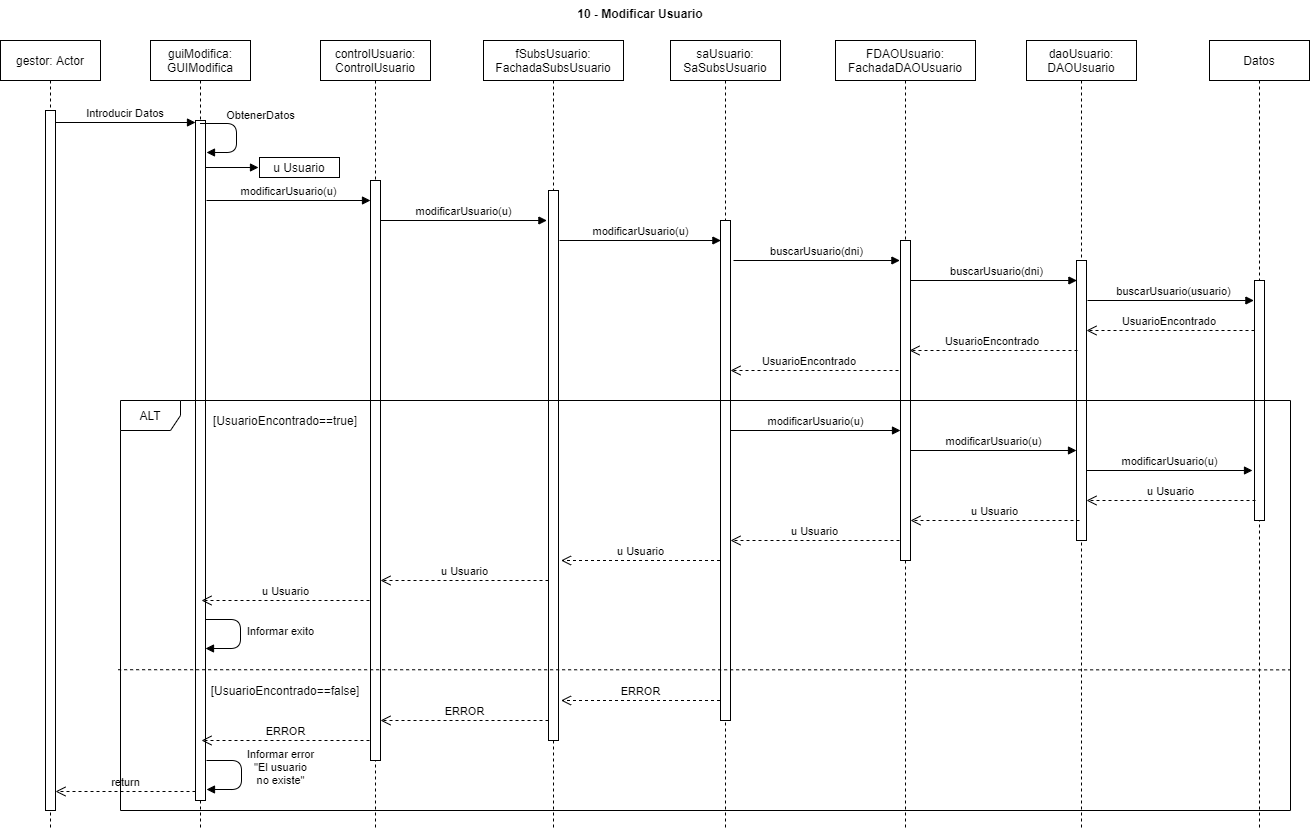
Earlier version of the draw.io export docs/diagramas_gui_y_secuencias/images/10._ModificarUsuario.png (ALK222/BanqueoIS2). Source tidied: cells renumbered, new cells last; positions are measured from the earlier drawing's top-left corner, leaving out a move shared by most shapes.
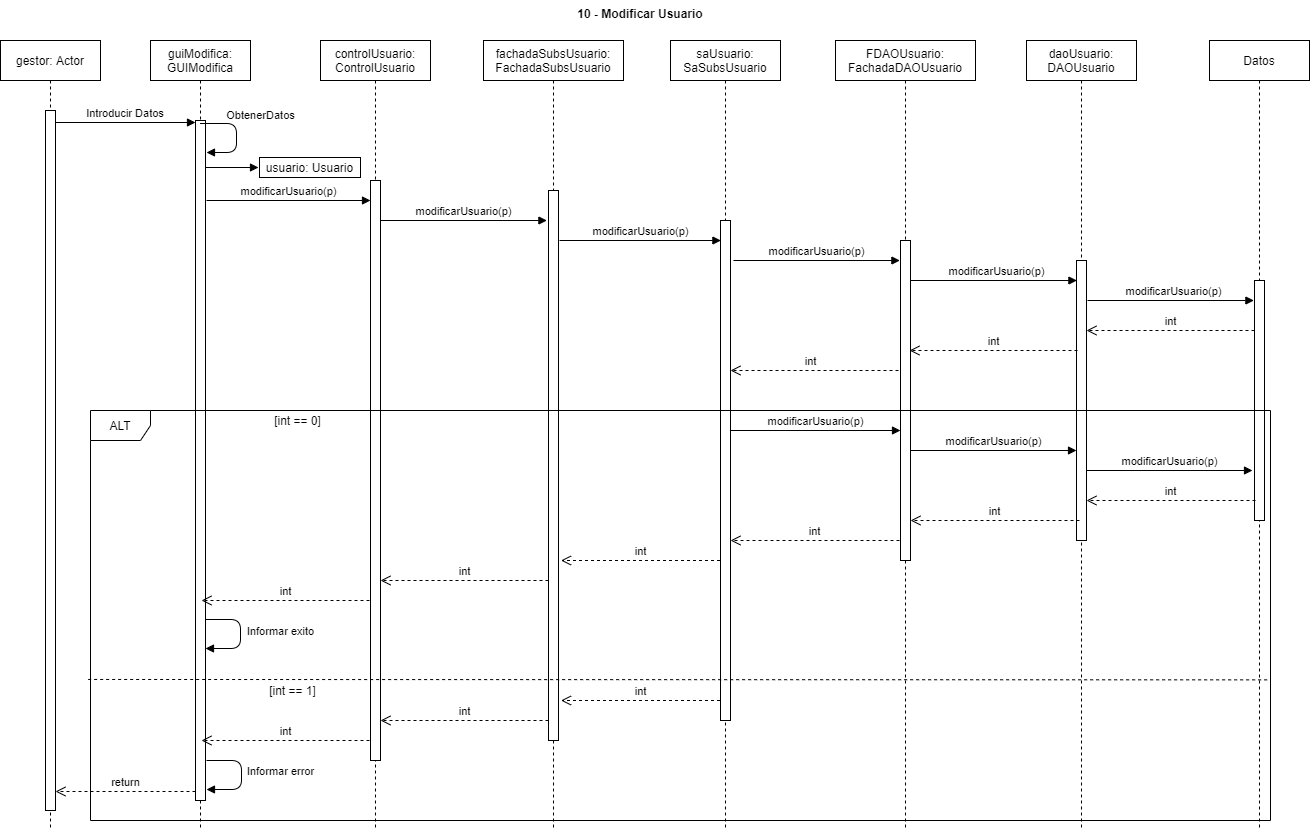
Later version of the same file.

Change to the diagram source:
```diff
@@ -52,10 +52,10 @@
     <mxCell id="12" style="points=[];perimeter=orthogonalPerimeter;rounded=0;shadow=0;strokeWidth=1;" parent="11" vertex="1">
       <mxGeometry x="50" y="140" width="10" height="580" as="geometry" />
     </mxCell>
-    <mxCell id="13" value="fSubsUsuario:&#10;FachadaSubsUsuario" style="shape=umlLifeline;perimeter=lifelinePerimeter;rounded=0;shadow=0;strokeWidth=1;" parent="1" vertex="1">
-      <mxGeometry x="483" y="40" width="140" height="790" as="geometry" />
-    </mxCell>
+    <mxCell id="51" value="fachadaSubsUsuario:&#10;FachadaSubsUsuario" style="shape=umlLifeline;perimeter=lifelinePerimeter;rounded=0;shadow=0;strokeWidth=1;" parent="1" vertex="1">
+      <mxGeometry x="483" y="40" width="140" height="790" as="geometry" />
+    </mxCell>
-    <mxCell id="14" style="points=[];perimeter=orthogonalPerimeter;rounded=0;shadow=0;strokeWidth=1;" parent="13" vertex="1">
+    <mxCell id="14" style="points=[];perimeter=orthogonalPerimeter;rounded=0;shadow=0;strokeWidth=1;" parent="51" vertex="1">
       <mxGeometry x="65" y="150" width="10" height="550" as="geometry" />
     </mxCell>
     <mxCell id="15" value="saUsuario: &#10;SaSubsUsuario" style="shape=umlLifeline;perimeter=lifelinePerimeter;rounded=0;shadow=0;strokeWidth=1;" parent="1" vertex="1">
@@ -76,160 +76,157 @@
     <mxCell id="20" style="points=[];perimeter=orthogonalPerimeter;rounded=0;shadow=0;strokeWidth=1;" parent="19" vertex="1">
       <mxGeometry x="50" y="220" width="10" height="280" as="geometry" />
     </mxCell>
-    <mxCell id="21" value="u Usuario" style="rounded=0;whiteSpace=wrap;html=1;" parent="1" vertex="1">
-      <mxGeometry x="259" y="157" width="80" height="20" as="geometry" />
-    </mxCell>
-    <mxCell id="22" style="html=1;verticalAlign=bottom;endArrow=block;entryX=0;entryY=0.5;entryDx=0;entryDy=0;" parent="1" edge="1">
-      <mxGeometry relative="1" as="geometry">
-        <mxPoint x="205" y="167" as="sourcePoint" />
-        <mxPoint x="258" y="167" as="targetPoint" />
-      </mxGeometry>
-    </mxCell>
-    <mxCell id="23" value="modificarUsuario(u)" style="html=1;verticalAlign=bottom;endArrow=block;" parent="1" edge="1" target="12">
-      <mxGeometry relative="1" as="geometry">
-        <mxPoint x="206" y="200" as="sourcePoint" />
-      </mxGeometry>
-    </mxCell>
-    <mxCell id="24" value="modificarUsuario(u)" style="html=1;verticalAlign=bottom;endArrow=block;exitX=0.98;exitY=0.451;exitDx=0;exitDy=0;exitPerimeter=0;entryX=0.12;entryY=0.499;entryDx=0;entryDy=0;entryPerimeter=0;" parent="1" edge="1">
-      <mxGeometry relative="1" as="geometry">
-        <mxPoint x="380" y="220" as="sourcePoint" />
-        <mxPoint x="546.4" y="220" as="targetPoint" />
-      </mxGeometry>
-    </mxCell>
-    <mxCell id="25" value="buscarUsuario(dni)" style="html=1;verticalAlign=bottom;endArrow=block;exitX=0.98;exitY=0.451;exitDx=0;exitDy=0;exitPerimeter=0;entryX=0.12;entryY=0.499;entryDx=0;entryDy=0;entryPerimeter=0;" parent="1" edge="1">
-      <mxGeometry relative="1" as="geometry">
-        <mxPoint x="733" y="260" as="sourcePoint" />
-        <mxPoint x="899.4" y="260" as="targetPoint" />
-      </mxGeometry>
-    </mxCell>
-    <mxCell id="26" value="buscarUsuario(dni)" style="html=1;verticalAlign=bottom;endArrow=block;exitX=0.98;exitY=0.451;exitDx=0;exitDy=0;exitPerimeter=0;entryX=0.12;entryY=0.499;entryDx=0;entryDy=0;entryPerimeter=0;" parent="1" edge="1">
-      <mxGeometry x="0.04" relative="1" as="geometry">
-        <mxPoint x="910" y="280" as="sourcePoint" />
-        <mxPoint x="1076.4" y="280" as="targetPoint" />
-      </mxGeometry>
-    </mxCell>
-    <mxCell id="27" value="modificarUsuario(u)" style="html=1;verticalAlign=bottom;endArrow=block;entryX=0.12;entryY=0.499;entryDx=0;entryDy=0;entryPerimeter=0;" parent="1" edge="1">
-      <mxGeometry relative="1" as="geometry">
-        <mxPoint x="559" y="240" as="sourcePoint" />
-        <mxPoint x="720.4" y="240" as="targetPoint" />
-      </mxGeometry>
-    </mxCell>
-    <mxCell id="28" value="buscarUsuario(usuario)" style="html=1;verticalAlign=bottom;endArrow=block;exitX=0.98;exitY=0.451;exitDx=0;exitDy=0;exitPerimeter=0;entryX=0.12;entryY=0.499;entryDx=0;entryDy=0;entryPerimeter=0;" parent="1" edge="1">
-      <mxGeometry x="0.04" relative="1" as="geometry">
-        <mxPoint x="1087" y="300" as="sourcePoint" />
-        <mxPoint x="1253.4" y="300" as="targetPoint" />
-      </mxGeometry>
-    </mxCell>
-    <mxCell id="29" value="UsuarioEncontrado&amp;nbsp;" style="html=1;verticalAlign=bottom;endArrow=open;dashed=1;endSize=8;" parent="1" edge="1" target="20">
-      <mxGeometry relative="1" as="geometry">
-        <mxPoint x="1254" y="330" as="sourcePoint" />
-      </mxGeometry>
-    </mxCell>
-    <mxCell id="30" value="UsuarioEncontrado&amp;nbsp;" style="html=1;verticalAlign=bottom;endArrow=open;dashed=1;endSize=8;" parent="1" edge="1">
-      <mxGeometry relative="1" as="geometry">
-        <mxPoint x="1077" y="350" as="sourcePoint" />
-        <mxPoint x="909" y="350" as="targetPoint" />
-      </mxGeometry>
-    </mxCell>
-    <mxCell id="31" value="UsuarioEncontrado&amp;nbsp;" style="html=1;verticalAlign=bottom;endArrow=open;dashed=1;endSize=8;" parent="1" edge="1">
-      <mxGeometry x="0.05" relative="1" as="geometry">
-        <mxPoint x="898" y="370" as="sourcePoint" />
-        <mxPoint x="730" y="370" as="targetPoint" />
-      </mxGeometry>
-    </mxCell>
+    <mxCell id="52" value="usuario: Usuario" style="rounded=0;whiteSpace=wrap;html=1;" parent="1" vertex="1">
+      <mxGeometry x="259" y="157" width="101" height="20" as="geometry" />
+    </mxCell>
+    <mxCell id="53" style="html=1;verticalAlign=bottom;endArrow=block;entryX=0;entryY=0.5;entryDx=0;entryDy=0;" parent="1" edge="1">
+      <mxGeometry relative="1" as="geometry">
+        <mxPoint x="205" y="167" as="sourcePoint" />
+        <mxPoint x="258" y="167" as="targetPoint" />
+      </mxGeometry>
+    </mxCell>
+    <mxCell id="54" value="modificarUsuario(p)" style="html=1;verticalAlign=bottom;endArrow=block;" parent="1" edge="1" target="12">
+      <mxGeometry relative="1" as="geometry">
+        <mxPoint x="206" y="200" as="sourcePoint" />
+      </mxGeometry>
+    </mxCell>
+    <mxCell id="55" value="modificarUsuario(p)" style="html=1;verticalAlign=bottom;endArrow=block;exitX=0.98;exitY=0.451;exitDx=0;exitDy=0;exitPerimeter=0;entryX=0.12;entryY=0.499;entryDx=0;entryDy=0;entryPerimeter=0;" parent="1" edge="1">
+      <mxGeometry relative="1" as="geometry">
+        <mxPoint x="380" y="220" as="sourcePoint" />
+        <mxPoint x="546.4" y="220" as="targetPoint" />
+      </mxGeometry>
+    </mxCell>
+    <mxCell id="56" value="modificarUsuario(p)" style="html=1;verticalAlign=bottom;endArrow=block;exitX=0.98;exitY=0.451;exitDx=0;exitDy=0;exitPerimeter=0;entryX=0.12;entryY=0.499;entryDx=0;entryDy=0;entryPerimeter=0;" parent="1" edge="1">
+      <mxGeometry relative="1" as="geometry">
+        <mxPoint x="733" y="260" as="sourcePoint" />
+        <mxPoint x="899.4" y="260" as="targetPoint" />
+      </mxGeometry>
+    </mxCell>
+    <mxCell id="57" value="modificarUsuario(p)" style="html=1;verticalAlign=bottom;endArrow=block;exitX=0.98;exitY=0.451;exitDx=0;exitDy=0;exitPerimeter=0;entryX=0.12;entryY=0.499;entryDx=0;entryDy=0;entryPerimeter=0;" parent="1" edge="1">
+      <mxGeometry x="0.04" relative="1" as="geometry">
+        <mxPoint x="910" y="280" as="sourcePoint" />
+        <mxPoint x="1076.4" y="280" as="targetPoint" />
+      </mxGeometry>
+    </mxCell>
+    <mxCell id="58" value="modificarUsuario(p)" style="html=1;verticalAlign=bottom;endArrow=block;entryX=0.12;entryY=0.499;entryDx=0;entryDy=0;entryPerimeter=0;" parent="1" edge="1">
+      <mxGeometry relative="1" as="geometry">
+        <mxPoint x="559" y="240" as="sourcePoint" />
+        <mxPoint x="720.4" y="240" as="targetPoint" />
+      </mxGeometry>
+    </mxCell>
+    <mxCell id="59" value="modificarUsuario(p)" style="html=1;verticalAlign=bottom;endArrow=block;exitX=0.98;exitY=0.451;exitDx=0;exitDy=0;exitPerimeter=0;entryX=0.12;entryY=0.499;entryDx=0;entryDy=0;entryPerimeter=0;" parent="1" edge="1">
+      <mxGeometry x="0.04" relative="1" as="geometry">
+        <mxPoint x="1087" y="300" as="sourcePoint" />
+        <mxPoint x="1253.4" y="300" as="targetPoint" />
+      </mxGeometry>
+    </mxCell>
+    <mxCell id="60" value="int" style="html=1;verticalAlign=bottom;endArrow=open;dashed=1;endSize=8;" parent="1" edge="1" target="20">
+      <mxGeometry relative="1" as="geometry">
+        <mxPoint x="1254" y="330" as="sourcePoint" />
+      </mxGeometry>
+    </mxCell>
+    <mxCell id="61" value="int" style="html=1;verticalAlign=bottom;endArrow=open;dashed=1;endSize=8;" parent="1" edge="1">
+      <mxGeometry relative="1" as="geometry">
+        <mxPoint x="1077" y="350" as="sourcePoint" />
+        <mxPoint x="909" y="350" as="targetPoint" />
+      </mxGeometry>
+    </mxCell>
+    <mxCell id="62" value="int" style="html=1;verticalAlign=bottom;endArrow=open;dashed=1;endSize=8;" parent="1" edge="1">
+      <mxGeometry x="0.05" relative="1" as="geometry">
+        <mxPoint x="898" y="370" as="sourcePoint" />
+        <mxPoint x="730" y="370" as="targetPoint" />
+      </mxGeometry>
+    </mxCell>
     <mxCell id="32" value="10 - Modificar Usuario" style="text;align=center;fontStyle=1;verticalAlign=middle;spacingLeft=3;spacingRight=3;strokeColor=none;" parent="1" vertex="1">
       <mxGeometry x="600" width="80" height="26" as="geometry" />
     </mxCell>
-    <mxCell id="33" value="[UsuarioEncontrado==true]" style="text;html=1;strokeColor=none;fillColor=none;align=center;verticalAlign=middle;whiteSpace=wrap;rounded=0;" parent="1" vertex="1">
-      <mxGeometry x="265" y="410" width="40" height="20" as="geometry" />
-    </mxCell>
-    <mxCell id="34" value="[UsuarioEncontrado==false]" style="text;html=1;strokeColor=none;fillColor=none;align=center;verticalAlign=middle;whiteSpace=wrap;rounded=0;" parent="1" vertex="1">
-      <mxGeometry x="265" y="680" width="40" height="20" as="geometry" />
-    </mxCell>
-    <mxCell id="35" value="modificarUsuario(u)" style="html=1;verticalAlign=bottom;endArrow=block;" parent="1" edge="1" target="18">
-      <mxGeometry relative="1" as="geometry">
-        <mxPoint x="730" y="430" as="sourcePoint" />
-      </mxGeometry>
-    </mxCell>
-    <mxCell id="36" value="modificarUsuario(u)" style="html=1;verticalAlign=bottom;endArrow=block;" parent="1" edge="1" target="20">
-      <mxGeometry relative="1" as="geometry">
-        <mxPoint x="910" y="450" as="sourcePoint" />
-      </mxGeometry>
-    </mxCell>
-    <mxCell id="37" value="modificarUsuario(u)" style="html=1;verticalAlign=bottom;endArrow=block;" parent="1" edge="1">
-      <mxGeometry relative="1" as="geometry">
-        <mxPoint x="1086" y="470" as="sourcePoint" />
-        <mxPoint x="1252" y="470" as="targetPoint" />
-      </mxGeometry>
-    </mxCell>
-    <mxCell id="38" value="u Usuario" style="html=1;verticalAlign=bottom;endArrow=open;dashed=1;endSize=8;" parent="1" edge="1" target="20">
-      <mxGeometry relative="1" as="geometry">
-        <mxPoint x="1255" y="500" as="sourcePoint" />
-      </mxGeometry>
-    </mxCell>
-    <mxCell id="39" value="u Usuario" style="html=1;verticalAlign=bottom;endArrow=open;dashed=1;endSize=8;" parent="1" edge="1">
-      <mxGeometry relative="1" as="geometry">
-        <mxPoint x="1079" y="520" as="sourcePoint" />
-        <mxPoint x="910" y="520" as="targetPoint" />
-      </mxGeometry>
-    </mxCell>
-    <mxCell id="40" value="u Usuario" style="html=1;verticalAlign=bottom;endArrow=open;dashed=1;endSize=8;" parent="1" edge="1">
-      <mxGeometry relative="1" as="geometry">
-        <mxPoint x="899" y="540" as="sourcePoint" />
-        <mxPoint x="730" y="540" as="targetPoint" />
-      </mxGeometry>
-    </mxCell>
-    <mxCell id="41" value="u Usuario" style="html=1;verticalAlign=bottom;endArrow=open;dashed=1;endSize=8;" parent="1" edge="1">
-      <mxGeometry relative="1" as="geometry">
-        <mxPoint x="719.5" y="560" as="sourcePoint" />
-        <mxPoint x="560.5" y="560" as="targetPoint" />
-      </mxGeometry>
-    </mxCell>
-    <mxCell id="42" value="u Usuario" style="html=1;verticalAlign=bottom;endArrow=open;dashed=1;endSize=8;" parent="1" edge="1" source="14">
-      <mxGeometry relative="1" as="geometry">
-        <mxPoint x="380" y="580" as="targetPoint" />
-      </mxGeometry>
-    </mxCell>
-    <mxCell id="43" value="u Usuario" style="html=1;verticalAlign=bottom;endArrow=open;dashed=1;endSize=8;" parent="1" edge="1">
-      <mxGeometry relative="1" as="geometry">
-        <mxPoint x="369" y="600" as="sourcePoint" />
-        <mxPoint x="201" y="600" as="targetPoint" />
-      </mxGeometry>
-    </mxCell>
-    <mxCell id="44" value="ERROR" style="html=1;verticalAlign=bottom;endArrow=open;dashed=1;endSize=8;" parent="1" edge="1">
-      <mxGeometry relative="1" as="geometry">
-        <mxPoint x="719.5" y="700" as="sourcePoint" />
-        <mxPoint x="560.5" y="700" as="targetPoint" />
-      </mxGeometry>
-    </mxCell>
-    <mxCell id="45" value="ERROR" style="html=1;verticalAlign=bottom;endArrow=open;dashed=1;endSize=8;" parent="1" edge="1">
-      <mxGeometry relative="1" as="geometry">
-        <mxPoint x="548" y="720" as="sourcePoint" />
-        <mxPoint x="380" y="720" as="targetPoint" />
-      </mxGeometry>
-    </mxCell>
-    <mxCell id="46" value="ERROR" style="html=1;verticalAlign=bottom;endArrow=open;dashed=1;endSize=8;" parent="1" edge="1">
-      <mxGeometry relative="1" as="geometry">
-        <mxPoint x="369" y="740" as="sourcePoint" />
-        <mxPoint x="201" y="740" as="targetPoint" />
-      </mxGeometry>
-    </mxCell>
-    <mxCell id="47" value="Informar error&lt;br&gt;&quot;El usuario&lt;br&gt;no existe&quot;" style="html=1;verticalAlign=bottom;endArrow=block;" parent="1" edge="1">
-      <mxGeometry x="0.29" y="-39" relative="1" as="geometry">
-        <mxPoint x="206" y="760" as="sourcePoint" />
-        <mxPoint x="206" y="789" as="targetPoint" />
-        <Array as="points">
-          <mxPoint x="241" y="760" />
-          <mxPoint x="241" y="789" />
-        </Array>
-        <mxPoint x="39" y="39" as="offset" />
-      </mxGeometry>
-    </mxCell>
-    <mxCell id="48" style="endArrow=none;dashed=1;html=1;exitX=-0.002;exitY=0.641;exitDx=0;exitDy=0;exitPerimeter=0;entryX=1;entryY=0.657;entryDx=0;entryDy=0;entryPerimeter=0;" parent="1" edge="1" target="50">
-      <mxGeometry relative="1" as="geometry">
-        <mxPoint x="117.6" y="669.2" as="sourcePoint" />
-      </mxGeometry>
-    </mxCell>
+    <mxCell id="63" value="[int == 0]" style="text;html=1;strokeColor=none;fillColor=none;align=center;verticalAlign=middle;whiteSpace=wrap;rounded=0;" parent="1" vertex="1">
+      <mxGeometry x="265" y="410" width="65" height="20" as="geometry" />
+    </mxCell>
+    <mxCell id="64" value="[int == 1]" style="text;html=1;strokeColor=none;fillColor=none;align=center;verticalAlign=middle;whiteSpace=wrap;rounded=0;" parent="1" vertex="1">
+      <mxGeometry x="265" y="680" width="55" height="20" as="geometry" />
+    </mxCell>
+    <mxCell id="65" value="modificarUsuario(p)" style="html=1;verticalAlign=bottom;endArrow=block;" parent="1" edge="1" target="18">
+      <mxGeometry relative="1" as="geometry">
+        <mxPoint x="730" y="430" as="sourcePoint" />
+      </mxGeometry>
+    </mxCell>
+    <mxCell id="66" value="modificarUsuario(p)" style="html=1;verticalAlign=bottom;endArrow=block;" parent="1" edge="1" target="20">
+      <mxGeometry relative="1" as="geometry">
+        <mxPoint x="910" y="450" as="sourcePoint" />
+      </mxGeometry>
+    </mxCell>
+    <mxCell id="67" value="modificarUsuario(p)" style="html=1;verticalAlign=bottom;endArrow=block;" parent="1" edge="1">
+      <mxGeometry relative="1" as="geometry">
+        <mxPoint x="1086" y="470" as="sourcePoint" />
+        <mxPoint x="1252" y="470" as="targetPoint" />
+      </mxGeometry>
+    </mxCell>
+    <mxCell id="68" value="int" style="html=1;verticalAlign=bottom;endArrow=open;dashed=1;endSize=8;" parent="1" edge="1" target="20">
+      <mxGeometry relative="1" as="geometry">
+        <mxPoint x="1255" y="500" as="sourcePoint" />
+      </mxGeometry>
+    </mxCell>
+    <mxCell id="69" value="int" style="html=1;verticalAlign=bottom;endArrow=open;dashed=1;endSize=8;" parent="1" edge="1">
+      <mxGeometry relative="1" as="geometry">
+        <mxPoint x="1079" y="520" as="sourcePoint" />
+        <mxPoint x="910" y="520" as="targetPoint" />
+      </mxGeometry>
+    </mxCell>
+    <mxCell id="70" value="int" style="html=1;verticalAlign=bottom;endArrow=open;dashed=1;endSize=8;" parent="1" edge="1">
+      <mxGeometry relative="1" as="geometry">
+        <mxPoint x="899" y="540" as="sourcePoint" />
+        <mxPoint x="730" y="540" as="targetPoint" />
+      </mxGeometry>
+    </mxCell>
+    <mxCell id="71" value="int" style="html=1;verticalAlign=bottom;endArrow=open;dashed=1;endSize=8;" parent="1" edge="1">
+      <mxGeometry relative="1" as="geometry">
+        <mxPoint x="719.5" y="560" as="sourcePoint" />
+        <mxPoint x="560.5" y="560" as="targetPoint" />
+      </mxGeometry>
+    </mxCell>
+    <mxCell id="72" value="int" style="html=1;verticalAlign=bottom;endArrow=open;dashed=1;endSize=8;" parent="1" edge="1" source="14">
+      <mxGeometry relative="1" as="geometry">
+        <mxPoint x="380" y="580" as="targetPoint" />
+      </mxGeometry>
+    </mxCell>
+    <mxCell id="73" value="int" style="html=1;verticalAlign=bottom;endArrow=open;dashed=1;endSize=8;" parent="1" edge="1">
+      <mxGeometry relative="1" as="geometry">
+        <mxPoint x="369" y="600" as="sourcePoint" />
+        <mxPoint x="201" y="600" as="targetPoint" />
+      </mxGeometry>
+    </mxCell>
+    <mxCell id="74" value="int" style="html=1;verticalAlign=bottom;endArrow=open;dashed=1;endSize=8;" parent="1" edge="1">
+      <mxGeometry relative="1" as="geometry">
+        <mxPoint x="719.5" y="700" as="sourcePoint" />
+        <mxPoint x="560.5" y="700" as="targetPoint" />
+      </mxGeometry>
+    </mxCell>
+    <mxCell id="75" value="int" style="html=1;verticalAlign=bottom;endArrow=open;dashed=1;endSize=8;" parent="1" edge="1">
+      <mxGeometry relative="1" as="geometry">
+        <mxPoint x="548" y="720" as="sourcePoint" />
+        <mxPoint x="380" y="720" as="targetPoint" />
+      </mxGeometry>
+    </mxCell>
+    <mxCell id="76" value="int" style="html=1;verticalAlign=bottom;endArrow=open;dashed=1;endSize=8;" parent="1" edge="1">
+      <mxGeometry relative="1" as="geometry">
+        <mxPoint x="369" y="740" as="sourcePoint" />
+        <mxPoint x="201" y="740" as="targetPoint" />
+      </mxGeometry>
+    </mxCell>
+    <mxCell id="77" value="Informar error&lt;br&gt;" style="html=1;verticalAlign=bottom;endArrow=block;" parent="1" edge="1">
+      <mxGeometry x="0.11" y="39" relative="1" as="geometry">
+        <mxPoint x="206" y="760" as="sourcePoint" />
+        <mxPoint x="206" y="789" as="targetPoint" />
+        <Array as="points">
+          <mxPoint x="241" y="760" />
+          <mxPoint x="241" y="789" />
+        </Array>
+      </mxGeometry>
+    </mxCell>
+    <mxCell id="78" style="endArrow=none;dashed=1;html=1;exitX=-0.002;exitY=0.656;exitDx=0;exitDy=0;exitPerimeter=0;entryX=1;entryY=0.657;entryDx=0;entryDy=0;entryPerimeter=0;" parent="1" edge="1" source="50" target="50">
+      <mxGeometry relative="1" as="geometry" />
+    </mxCell>
     <mxCell id="49" value="return" style="html=1;verticalAlign=bottom;endArrow=open;dashed=1;endSize=8;" parent="1" edge="1">
       <mxGeometry relative="1" as="geometry">
         <mxPoint x="195" y="791" as="sourcePoint" />
@@ -237,7 +234,7 @@
       </mxGeometry>
     </mxCell>
     <mxCell id="50" value="ALT" style="shape=umlFrame;whiteSpace=wrap;html=1;" parent="1" vertex="1">
-      <mxGeometry x="120" y="400" width="1170" height="410" as="geometry" />
+      <mxGeometry x="90" y="410" width="1180" height="410" as="geometry" />
     </mxCell>
   </root>
 </mxGraphModel>
```
